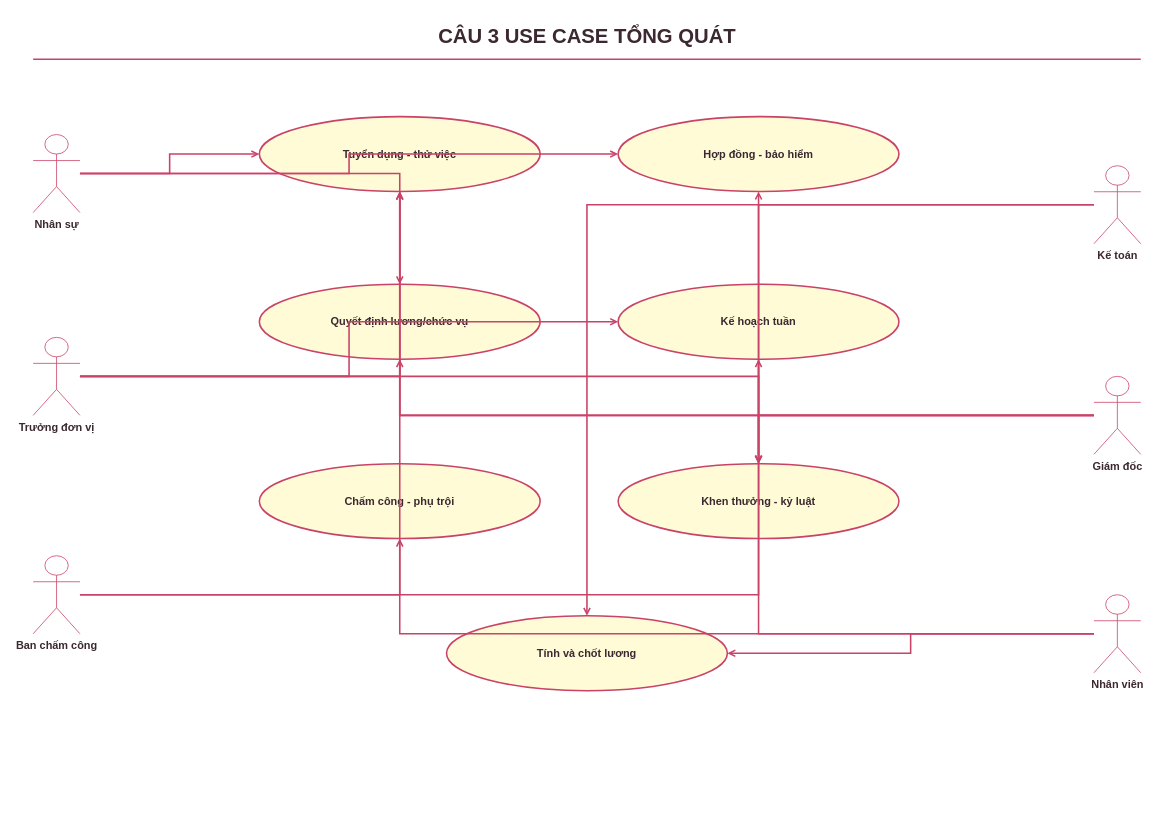
Before: page "Câu 3 Use Case Tổng Quát" (3 of 7) of LAB_AT_OOSD/LAB07/thietke/PhamMinhGiang-12DHCNPM1-LAB07-User.drawio in 1250080044-PhamMinhGiang-12DHCNPM1/OOP-Lab, a draw.io diagram. Source tidied: cells renumbered, new cells numbered last; positions are measured from the earlier drawing's top-left corner, leaving out a move shared by most shapes. Both pictures are drawn from the tidied source at 78%, with x=0, y=0 at pixel (33, 13).
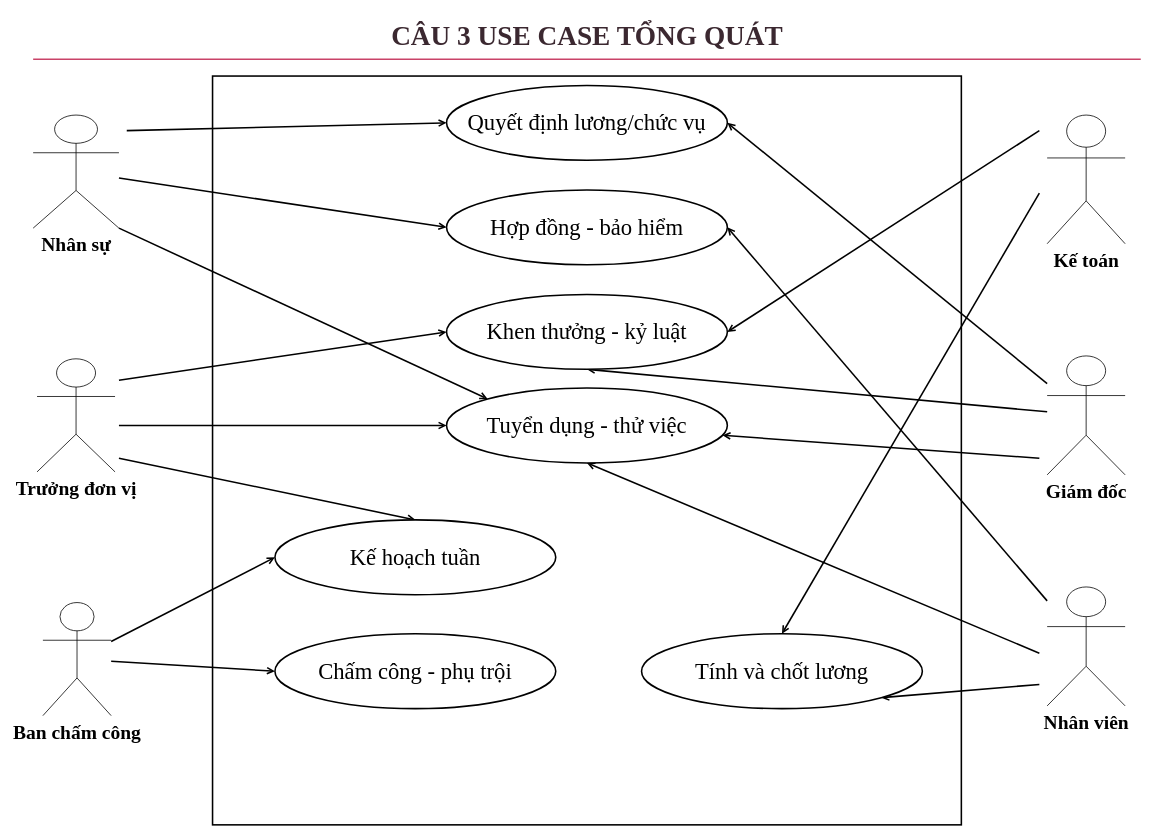
The same diagram, later.

Change to the diagram source:
```diff
@@
-    <mxCell id="2" value="CÂU 3  USE CASE TỔNG QUÁT" style="text;html=1;align=center;verticalAlign=middle;fontSize=26;fontStyle=1;fontColor=#3B2830;strokeColor=none;fillColor=none;" parent="1" vertex="1">
+    <mxCell id="2" value="CÂU 3  USE CASE TỔNG QUÁT" style="text;html=1;align=center;verticalAlign=middle;fontSize=35;fontStyle=1;fontColor=#3B2830;strokeColor=none;fillColor=none;fontFamily=Times New Roman;" parent="1" vertex="1">
       <mxGeometry width="1420" height="58" as="geometry" />
     </mxCell>
@@
+    <mxCell id="33" style="whiteSpace=wrap;html=1;strokeWidth=2;" parent="1" vertex="1">
+      <mxGeometry x="230" y="80" width="960" height="960" as="geometry" />
+    </mxCell>
-    <mxCell id="4" value="Nhân sự" style="shape=umlActor;verticalLabelPosition=bottom;verticalAlign=top;html=1;fontColor=#3B2830;strokeColor=#C94268;fillColor=none;fontSize=14;fontStyle=1;" parent="1" vertex="1">
-      <mxGeometry y="155" width="60" height="100" as="geometry" />
+    <mxCell id="4" value="&lt;font face=&quot;Times New Roman&quot; style=&quot;font-size: 25px;&quot;&gt;Nhân sự&lt;/font&gt;" style="shape=umlActor;verticalLabelPosition=bottom;verticalAlign=top;html=1;fontSize=14;fontStyle=1;" parent="1" vertex="1">
+      <mxGeometry y="130" width="110" height="145" as="geometry" />
     </mxCell>
-    <mxCell id="5" value="Trưởng đơn vị" style="shape=umlActor;verticalLabelPosition=bottom;verticalAlign=top;html=1;fontColor=#3B2830;strokeColor=#C94268;fillColor=none;fontSize=14;fontStyle=1;" parent="1" vertex="1">
-      <mxGeometry y="415" width="60" height="100" as="geometry" />
+    <mxCell id="5" value="&lt;font face=&quot;Times New Roman&quot; style=&quot;font-size: 25px;&quot;&gt;Trưởng đơn vị&lt;/font&gt;" style="shape=umlActor;verticalLabelPosition=bottom;verticalAlign=top;html=1;fontSize=14;fontStyle=1;" parent="1" vertex="1">
+      <mxGeometry x="5" y="442.5" width="100" height="145" as="geometry" />
     </mxCell>
-    <mxCell id="6" value="Ban chấm công" style="shape=umlActor;verticalLabelPosition=bottom;verticalAlign=top;html=1;fontColor=#3B2830;strokeColor=#C94268;fillColor=none;fontSize=14;fontStyle=1;" parent="1" vertex="1">
-      <mxGeometry y="695" width="60" height="100" as="geometry" />
+    <mxCell id="6" value="&lt;font style=&quot;font-size: 25px;&quot; face=&quot;Times New Roman&quot;&gt;Ban chấm công&lt;/font&gt;" style="shape=umlActor;verticalLabelPosition=bottom;verticalAlign=top;html=1;fontSize=14;fontStyle=1;" parent="1" vertex="1">
+      <mxGeometry x="12.5" y="755" width="87.5" height="145" as="geometry" />
     </mxCell>
-    <mxCell id="7" value="Kế toán" style="shape=umlActor;verticalLabelPosition=bottom;verticalAlign=top;html=1;fontColor=#3B2830;strokeColor=#C94268;fillColor=none;fontSize=14;fontStyle=1;" parent="1" vertex="1">
-      <mxGeometry x="1360" y="195" width="60" height="100" as="geometry" />
+    <mxCell id="7" value="&lt;font face=&quot;Times New Roman&quot; style=&quot;font-size: 25px;&quot;&gt;Kế toán&lt;/font&gt;" style="shape=umlActor;verticalLabelPosition=bottom;verticalAlign=top;html=1;fontSize=14;fontStyle=1;" parent="1" vertex="1">
+      <mxGeometry x="1300" y="130" width="100" height="165" as="geometry" />
     </mxCell>
-    <mxCell id="8" value="Giám đốc" style="shape=umlActor;verticalLabelPosition=bottom;verticalAlign=top;html=1;fontColor=#3B2830;strokeColor=#C94268;fillColor=none;fontSize=14;fontStyle=1;" parent="1" vertex="1">
-      <mxGeometry x="1360" y="465" width="60" height="100" as="geometry" />
+    <mxCell id="8" value="&lt;font style=&quot;font-size: 25px;&quot; face=&quot;Times New Roman&quot;&gt;Giám đốc&lt;/font&gt;" style="shape=umlActor;verticalLabelPosition=bottom;verticalAlign=top;html=1;fontSize=14;fontStyle=1;" parent="1" vertex="1">
+      <mxGeometry x="1300" y="438.8" width="100" height="152.5" as="geometry" />
     </mxCell>
-    <mxCell id="9" value="Nhân viên" style="shape=umlActor;verticalLabelPosition=bottom;verticalAlign=top;html=1;fontColor=#3B2830;strokeColor=#C94268;fillColor=none;fontSize=14;fontStyle=1;" parent="1" vertex="1">
-      <mxGeometry x="1360" y="745" width="60" height="100" as="geometry" />
+    <mxCell id="9" value="&lt;font style=&quot;font-size: 25px;&quot; face=&quot;Times New Roman&quot;&gt;Nhân viên&lt;/font&gt;" style="shape=umlActor;verticalLabelPosition=bottom;verticalAlign=top;html=1;fontSize=14;fontStyle=1;" parent="1" vertex="1">
+      <mxGeometry x="1300" y="735" width="100" height="152.5" as="geometry" />
     </mxCell>
-    <mxCell id="10" value="Tuyển dụng - thử việc" style="ellipse;whiteSpace=wrap;html=1;fontColor=#3B2830;strokeColor=#C94268;strokeWidth=2;fillColor=#FFFBD6;fontSize=14;align=center;verticalAlign=middle;fontStyle=1;" parent="1" vertex="1">
-      <mxGeometry x="290" y="132" width="360" height="96" as="geometry" />
-    </mxCell>
-    <mxCell id="11" value="Hợp đồng - bảo hiểm" style="ellipse;whiteSpace=wrap;html=1;fontColor=#3B2830;strokeColor=#C94268;strokeWidth=2;fillColor=#FFFBD6;fontSize=14;align=center;verticalAlign=middle;fontStyle=1;" parent="1" vertex="1">
-      <mxGeometry x="750" y="132" width="360" height="96" as="geometry" />
-    </mxCell>
-    <mxCell id="12" value="Quyết định lương/chức vụ" style="ellipse;whiteSpace=wrap;html=1;fontColor=#3B2830;strokeColor=#C94268;strokeWidth=2;fillColor=#FFFBD6;fontSize=14;align=center;verticalAlign=middle;fontStyle=1;" parent="1" vertex="1">
-      <mxGeometry x="290" y="347" width="360" height="96" as="geometry" />
-    </mxCell>
-    <mxCell id="13" value="Kế hoạch tuần" style="ellipse;whiteSpace=wrap;html=1;fontColor=#3B2830;strokeColor=#C94268;strokeWidth=2;fillColor=#FFFBD6;fontSize=14;align=center;verticalAlign=middle;fontStyle=1;" parent="1" vertex="1">
-      <mxGeometry x="750" y="347" width="360" height="96" as="geometry" />
-    </mxCell>
-    <mxCell id="14" value="Chấm công - phụ trội" style="ellipse;whiteSpace=wrap;html=1;fontColor=#3B2830;strokeColor=#C94268;strokeWidth=2;fillColor=#FFFBD6;fontSize=14;align=center;verticalAlign=middle;fontStyle=1;" parent="1" vertex="1">
-      <mxGeometry x="290" y="577" width="360" height="96" as="geometry" />
-    </mxCell>
-    <mxCell id="15" value="Khen thưởng - kỷ luật" style="ellipse;whiteSpace=wrap;html=1;fontColor=#3B2830;strokeColor=#C94268;strokeWidth=2;fillColor=#FFFBD6;fontSize=14;align=center;verticalAlign=middle;fontStyle=1;" parent="1" vertex="1">
-      <mxGeometry x="750" y="577" width="360" height="96" as="geometry" />
-    </mxCell>
-    <mxCell id="16" value="Tính và chốt lương" style="ellipse;whiteSpace=wrap;html=1;fontColor=#3B2830;strokeColor=#C94268;strokeWidth=2;fillColor=#FFFBD6;fontSize=14;align=center;verticalAlign=middle;fontStyle=1;" parent="1" vertex="1">
-      <mxGeometry x="530" y="772" width="360" height="96" as="geometry" />
-    </mxCell>
-    <mxCell id="17" style="edgeStyle=orthogonalEdgeStyle;rounded=0;html=1;strokeColor=#C94268;strokeWidth=2;endArrow=open;endFill=0;fontColor=#3B2830;fontSize=12;dashed=0;" parent="1" edge="1" source="4" target="10">
+    <mxCell id="17" style="rounded=0;html=1;strokeWidth=2;endArrow=open;endFill=0;fontColor=#3B2830;fontSize=12;dashed=0;entryX=0;entryY=0;entryDx=0;entryDy=0;exitX=1;exitY=1;exitDx=0;exitDy=0;exitPerimeter=0;" parent="1" edge="1" source="4" target="10">
       <mxGeometry relative="1" as="geometry" />
     </mxCell>
-    <mxCell id="18" style="edgeStyle=orthogonalEdgeStyle;rounded=0;html=1;strokeColor=#C94268;strokeWidth=2;endArrow=open;endFill=0;fontColor=#3B2830;fontSize=12;dashed=0;" parent="1" edge="1" source="4" target="11">
+    <mxCell id="18" style="rounded=0;html=1;strokeWidth=2;endArrow=open;endFill=0;fontColor=#3B2830;fontSize=12;dashed=0;entryX=0;entryY=0.5;entryDx=0;entryDy=0;" parent="1" edge="1" source="4" target="11">
       <mxGeometry relative="1" as="geometry" />
     </mxCell>
-    <mxCell id="19" style="edgeStyle=orthogonalEdgeStyle;rounded=0;html=1;strokeColor=#C94268;strokeWidth=2;endArrow=open;endFill=0;fontColor=#3B2830;fontSize=12;dashed=0;" parent="1" edge="1" source="4" target="12">
-      <mxGeometry relative="1" as="geometry" />
-    </mxCell>
-    <mxCell id="20" style="edgeStyle=orthogonalEdgeStyle;rounded=0;html=1;strokeColor=#C94268;strokeWidth=2;endArrow=open;endFill=0;fontColor=#3B2830;fontSize=12;dashed=0;" parent="1" edge="1" source="5" target="10">
-      <mxGeometry relative="1" as="geometry" />
+    <mxCell id="20" style="rounded=0;html=1;strokeWidth=2;endArrow=open;endFill=0;fontColor=#3B2830;fontSize=12;dashed=0;entryX=0;entryY=0.5;entryDx=0;entryDy=0;" parent="1" edge="1" target="10">
+      <mxGeometry relative="1" as="geometry">
+        <mxPoint x="110" y="528" as="sourcePoint" />
+      </mxGeometry>
     </mxCell>
-    <mxCell id="21" style="edgeStyle=orthogonalEdgeStyle;rounded=0;html=1;strokeColor=#C94268;strokeWidth=2;endArrow=open;endFill=0;fontColor=#3B2830;fontSize=12;dashed=0;" parent="1" edge="1" source="5" target="13">
-      <mxGeometry relative="1" as="geometry" />
+    <mxCell id="21" style="rounded=0;html=1;strokeWidth=2;endArrow=open;endFill=0;fontColor=#3B2830;fontSize=12;dashed=0;entryX=0.5;entryY=0;entryDx=0;entryDy=0;" parent="1" edge="1" target="13">
+      <mxGeometry relative="1" as="geometry">
+        <mxPoint x="110" y="570" as="sourcePoint" />
+      </mxGeometry>
     </mxCell>
-    <mxCell id="22" style="edgeStyle=orthogonalEdgeStyle;rounded=0;html=1;strokeColor=#C94268;strokeWidth=2;endArrow=open;endFill=0;fontColor=#3B2830;fontSize=12;dashed=0;" parent="1" edge="1" source="5" target="15">
-      <mxGeometry relative="1" as="geometry" />
+    <mxCell id="22" style="rounded=0;html=1;strokeWidth=2;endArrow=open;endFill=0;fontColor=#3B2830;fontSize=12;dashed=0;entryX=0;entryY=0.5;entryDx=0;entryDy=0;" parent="1" edge="1" target="15">
+      <mxGeometry relative="1" as="geometry">
+        <mxPoint x="110" y="470" as="sourcePoint" />
+      </mxGeometry>
     </mxCell>
-    <mxCell id="23" style="edgeStyle=orthogonalEdgeStyle;rounded=0;html=1;strokeColor=#C94268;strokeWidth=2;endArrow=open;endFill=0;fontColor=#3B2830;fontSize=12;dashed=0;" parent="1" edge="1" source="6" target="13">
+    <mxCell id="23" style="rounded=0;html=1;strokeWidth=2;endArrow=open;endFill=0;fontColor=#3B2830;fontSize=12;dashed=0;entryX=0;entryY=0.5;entryDx=0;entryDy=0;" parent="1" edge="1" source="6" target="13">
       <mxGeometry relative="1" as="geometry" />
     </mxCell>
-    <mxCell id="24" style="edgeStyle=orthogonalEdgeStyle;rounded=0;html=1;strokeColor=#C94268;strokeWidth=2;endArrow=open;endFill=0;fontColor=#3B2830;fontSize=12;dashed=0;" parent="1" edge="1" source="6" target="14">
+    <mxCell id="24" style="rounded=0;html=1;strokeWidth=2;endArrow=open;endFill=0;fontColor=#3B2830;fontSize=12;dashed=0;entryX=0;entryY=0.5;entryDx=0;entryDy=0;" parent="1" edge="1" source="6" target="14">
       <mxGeometry relative="1" as="geometry" />
     </mxCell>
-    <mxCell id="25" style="edgeStyle=orthogonalEdgeStyle;rounded=0;html=1;strokeColor=#C94268;strokeWidth=2;endArrow=open;endFill=0;fontColor=#3B2830;fontSize=12;dashed=0;" parent="1" edge="1" source="7" target="15">
-      <mxGeometry relative="1" as="geometry" />
+    <mxCell id="25" style="rounded=0;html=1;strokeWidth=2;endArrow=open;endFill=0;fontColor=#3B2830;fontSize=12;dashed=0;entryX=1;entryY=0.5;entryDx=0;entryDy=0;" parent="1" edge="1" target="15">
+      <mxGeometry relative="1" as="geometry">
+        <mxPoint x="1290" y="150" as="sourcePoint" />
+      </mxGeometry>
     </mxCell>
-    <mxCell id="26" style="edgeStyle=orthogonalEdgeStyle;rounded=0;html=1;strokeColor=#C94268;strokeWidth=2;endArrow=open;endFill=0;fontColor=#3B2830;fontSize=12;dashed=0;" parent="1" edge="1" source="7" target="16">
-      <mxGeometry relative="1" as="geometry" />
+    <mxCell id="26" style="rounded=0;html=1;strokeWidth=2;endArrow=open;endFill=0;fontColor=#3B2830;fontSize=12;dashed=0;entryX=0.5;entryY=0;entryDx=0;entryDy=0;" parent="1" edge="1" target="16">
+      <mxGeometry relative="1" as="geometry">
+        <mxPoint x="1290" y="230" as="sourcePoint" />
+      </mxGeometry>
     </mxCell>
-    <mxCell id="27" style="edgeStyle=orthogonalEdgeStyle;rounded=0;html=1;strokeColor=#C94268;strokeWidth=2;endArrow=open;endFill=0;fontColor=#3B2830;fontSize=12;dashed=0;" parent="1" edge="1" source="8" target="10">
-      <mxGeometry relative="1" as="geometry" />
+    <mxCell id="27" style="rounded=0;html=1;strokeWidth=2;endArrow=open;endFill=0;fontColor=#3B2830;fontSize=12;dashed=0;" parent="1" edge="1" target="10">
+      <mxGeometry relative="1" as="geometry">
+        <mxPoint x="1290" y="570" as="sourcePoint" />
+      </mxGeometry>
     </mxCell>
-    <mxCell id="28" style="edgeStyle=orthogonalEdgeStyle;rounded=0;html=1;strokeColor=#C94268;strokeWidth=2;endArrow=open;endFill=0;fontColor=#3B2830;fontSize=12;dashed=0;" parent="1" edge="1" source="8" target="12">
+    <mxCell id="28" style="rounded=0;html=1;strokeWidth=2;endArrow=open;endFill=0;fontColor=#3B2830;fontSize=12;dashed=0;entryX=1;entryY=0.5;entryDx=0;entryDy=0;" parent="1" edge="1" source="8" target="12">
       <mxGeometry relative="1" as="geometry" />
     </mxCell>
-    <mxCell id="29" style="edgeStyle=orthogonalEdgeStyle;rounded=0;html=1;strokeColor=#C94268;strokeWidth=2;endArrow=open;endFill=0;fontColor=#3B2830;fontSize=12;dashed=0;" parent="1" edge="1" source="8" target="15">
+    <mxCell id="29" style="rounded=0;html=1;strokeWidth=2;endArrow=open;endFill=0;fontColor=#3B2830;fontSize=12;dashed=0;entryX=0.5;entryY=1;entryDx=0;entryDy=0;" parent="1" edge="1" source="8" target="15">
       <mxGeometry relative="1" as="geometry" />
     </mxCell>
-    <mxCell id="30" style="edgeStyle=orthogonalEdgeStyle;rounded=0;html=1;strokeColor=#C94268;strokeWidth=2;endArrow=open;endFill=0;fontColor=#3B2830;fontSize=12;dashed=0;" parent="1" edge="1" source="9" target="10">
-      <mxGeometry relative="1" as="geometry" />
+    <mxCell id="30" style="rounded=0;html=1;strokeWidth=2;endArrow=open;endFill=0;fontColor=#3B2830;fontSize=12;dashed=0;entryX=0.5;entryY=1;entryDx=0;entryDy=0;" parent="1" edge="1" target="10">
+      <mxGeometry relative="1" as="geometry">
+        <mxPoint x="1290" y="820" as="sourcePoint" />
+      </mxGeometry>
     </mxCell>
-    <mxCell id="31" style="edgeStyle=orthogonalEdgeStyle;rounded=0;html=1;strokeColor=#C94268;strokeWidth=2;endArrow=open;endFill=0;fontColor=#3B2830;fontSize=12;dashed=0;" parent="1" edge="1" source="9" target="11">
+    <mxCell id="31" style="rounded=0;html=1;strokeWidth=2;endArrow=open;endFill=0;fontColor=#3B2830;fontSize=12;dashed=0;entryX=1;entryY=0.5;entryDx=0;entryDy=0;" parent="1" edge="1" source="9" target="11">
       <mxGeometry relative="1" as="geometry" />
     </mxCell>
-    <mxCell id="32" style="edgeStyle=orthogonalEdgeStyle;rounded=0;html=1;strokeColor=#C94268;strokeWidth=2;endArrow=open;endFill=0;fontColor=#3B2830;fontSize=12;dashed=0;" parent="1" edge="1" source="9" target="16">
-      <mxGeometry relative="1" as="geometry" />
+    <mxCell id="32" style="rounded=0;html=1;strokeWidth=2;endArrow=open;endFill=0;fontColor=#3B2830;fontSize=12;dashed=0;entryX=1;entryY=1;entryDx=0;entryDy=0;" parent="1" edge="1" target="16">
+      <mxGeometry relative="1" as="geometry">
+        <mxPoint x="1290" y="860" as="sourcePoint" />
+      </mxGeometry>
     </mxCell>
+    <mxCell id="10" value="Tuyển dụng - thử việc" style="ellipse;whiteSpace=wrap;html=1;strokeWidth=2;fontSize=29;align=center;verticalAlign=middle;fontStyle=0;fontFamily=Times New Roman;" parent="1" vertex="1">
+      <mxGeometry x="530" y="480" width="360" height="96" as="geometry" />
+    </mxCell>
+    <mxCell id="11" value="Hợp đồng - bảo hiểm" style="ellipse;whiteSpace=wrap;html=1;strokeWidth=2;fontSize=29;align=center;verticalAlign=middle;fontStyle=0;fontFamily=Times New Roman;" parent="1" vertex="1">
+      <mxGeometry x="530" y="226" width="360" height="96" as="geometry" />
+    </mxCell>
+    <mxCell id="12" value="Quyết định lương/chức vụ" style="ellipse;whiteSpace=wrap;html=1;strokeWidth=2;fontSize=29;align=center;verticalAlign=middle;fontStyle=0;fontFamily=Times New Roman;" parent="1" vertex="1">
+      <mxGeometry x="530" y="92" width="360" height="96" as="geometry" />
+    </mxCell>
+    <mxCell id="13" value="Kế hoạch tuần" style="ellipse;whiteSpace=wrap;html=1;strokeWidth=2;fontSize=29;align=center;verticalAlign=middle;fontStyle=0;fontFamily=Times New Roman;" parent="1" vertex="1">
+      <mxGeometry x="310" y="649" width="360" height="96" as="geometry" />
+    </mxCell>
+    <mxCell id="14" value="Chấm công - phụ trội" style="ellipse;whiteSpace=wrap;html=1;strokeWidth=2;fontSize=29;align=center;verticalAlign=middle;fontStyle=0;fontFamily=Times New Roman;" parent="1" vertex="1">
+      <mxGeometry x="310" y="795" width="360" height="96" as="geometry" />
+    </mxCell>
+    <mxCell id="15" value="Khen thưởng - kỷ luật" style="ellipse;whiteSpace=wrap;html=1;strokeWidth=2;fontSize=29;align=center;verticalAlign=middle;fontStyle=0;fontFamily=Times New Roman;" parent="1" vertex="1">
+      <mxGeometry x="530" y="360" width="360" height="96" as="geometry" />
+    </mxCell>
+    <mxCell id="16" value="Tính và chốt lương" style="ellipse;whiteSpace=wrap;html=1;strokeWidth=2;fontSize=29;align=center;verticalAlign=middle;fontStyle=0;fontFamily=Times New Roman;" parent="1" vertex="1">
+      <mxGeometry x="780" y="795" width="360" height="96" as="geometry" />
+    </mxCell>
+    <mxCell id="19" style="rounded=0;html=1;strokeWidth=2;endArrow=open;endFill=0;fontColor=#3B2830;fontSize=12;dashed=0;entryX=0;entryY=0.5;entryDx=0;entryDy=0;" parent="1" edge="1" target="12">
+      <mxGeometry relative="1" as="geometry">
+        <mxPoint x="120" y="150" as="sourcePoint" />
+      </mxGeometry>
+    </mxCell>
```
